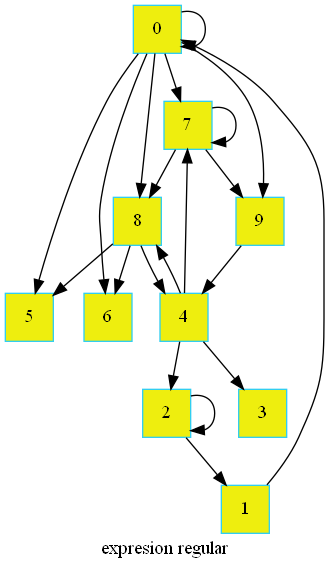
betebetoven/EDDS2F2 keeps this Graphviz diagram as SUB_grafo.png. Above is the earlier version. Its source is kept beside it as SUB_grafo.dot.
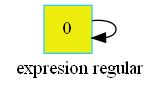
After the commit.

The edit, as a diff of the source:
```diff
@@ -6,23 +6,4 @@
         node[color = "#EEEEE"]
         node[color = "#31CEF0"]
 
-0->0
-0->5
-0->6
-0->7
-0->8
-0->9
-1->0
-2->1
-2->2
-4->2
-4->3
-4->7
-4->8
-7->7
-7->8
-7->9
-8->4
-8->5
-8->6
-9->4}
+0->0}
```
